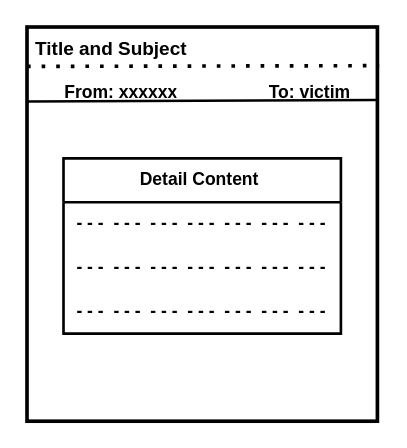
This is EMAIL.drawio from 20104796/pic, a draw.io file, before an edit. Source tidied: cells renumbered, new cells numbered last; positions are measured from the earlier drawing's top-left corner, leaving out a move shared by most shapes. Both pictures are drawn from the tidied source at 146%, with x=0, y=0 at pixel (26, 26).
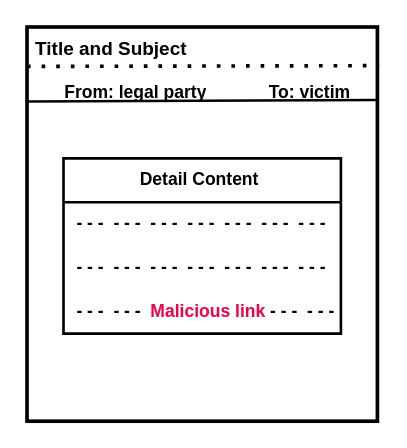
The same page after the edit.

Diff of the diagram source:
```diff
@@
 <mxGraphModel>
   <root>
     <mxCell id="0" />
     <mxCell id="1" parent="0" />
     <mxCell id="2" style="rounded=0;whiteSpace=wrap;html=1;strokeWidth=2.5;" parent="1" vertex="1">
       <mxGeometry width="240" height="270" as="geometry" />
     </mxCell>
     <mxCell id="3" value="&lt;font style=&quot;font-size: 13px;&quot;&gt;&lt;b&gt;Title and Subject&lt;/b&gt;&lt;/font&gt;" style="text;strokeColor=none;fillColor=none;align=left;verticalAlign=middle;spacingLeft=4;spacingRight=4;overflow=hidden;whiteSpace=wrap;html=1;" parent="1" vertex="1">
       <mxGeometry width="150" height="30" as="geometry" />
     </mxCell>
     <mxCell id="4" style="endArrow=none;html=1;rounded=0;exitX=0.997;exitY=0.073;exitDx=0;exitDy=0;exitPerimeter=0;strokeWidth=1.8;" parent="1" edge="1">
       <mxGeometry relative="1" as="geometry">
         <mxPoint x="239" y="50" as="sourcePoint" />
         <mxPoint y="51" as="targetPoint" />
       </mxGeometry>
     </mxCell>
-    <mxCell id="5" value="&lt;b&gt;From: xxxxxx&lt;/b&gt;" style="text;strokeColor=none;fillColor=none;align=left;verticalAlign=middle;spacingLeft=4;spacingRight=4;overflow=hidden;whiteSpace=wrap;html=1;" parent="1" vertex="1">
-      <mxGeometry x="20" y="30" width="100" height="30" as="geometry" />
+    <mxCell id="5" value="&lt;b&gt;From: legal party&lt;/b&gt;" style="text;strokeColor=none;fillColor=none;align=left;verticalAlign=middle;spacingLeft=4;spacingRight=4;overflow=hidden;whiteSpace=wrap;html=1;" parent="1" vertex="1">
+      <mxGeometry x="20" y="30" width="130" height="30" as="geometry" />
     </mxCell>
     <mxCell id="6" value="&lt;b&gt;To: victim&lt;/b&gt;" style="text;strokeColor=none;fillColor=none;align=left;verticalAlign=middle;spacingLeft=4;spacingRight=4;overflow=hidden;whiteSpace=wrap;html=1;" parent="1" vertex="1">
       <mxGeometry x="160" y="30" width="70" height="30" as="geometry" />
     </mxCell>
     <mxCell id="7" value="&lt;b&gt;Detail Content&amp;nbsp;&lt;/b&gt;" style="swimlane;fontStyle=0;horizontal=1;startSize=30;whiteSpace=wrap;html=1;strokeWidth=1.8;" parent="1" vertex="1">
       <mxGeometry x="25" y="90" width="190" height="120" as="geometry" />
     </mxCell>
     <mxCell id="8" value="&lt;b&gt;&amp;nbsp;- - -&amp;nbsp;&amp;nbsp;- - -&amp;nbsp;&amp;nbsp;- - -&amp;nbsp;&amp;nbsp;- - -&amp;nbsp;&amp;nbsp;- - -&amp;nbsp;&amp;nbsp;- - -&amp;nbsp;&amp;nbsp;- - -&amp;nbsp;&lt;/b&gt;" style="text;strokeColor=none;fillColor=none;align=left;verticalAlign=middle;spacingLeft=4;spacingRight=4;overflow=hidden;whiteSpace=wrap;html=1;" parent="7" vertex="1">
       <mxGeometry y="30" width="190" height="30" as="geometry" />
     </mxCell>
     <mxCell id="9" value="&lt;b&gt;&amp;nbsp;- - -&amp;nbsp;&amp;nbsp;- - -&amp;nbsp;&amp;nbsp;- - -&amp;nbsp;&amp;nbsp;- - -&amp;nbsp;&amp;nbsp;- - -&amp;nbsp;&amp;nbsp;- - -&amp;nbsp;&amp;nbsp;- - -&amp;nbsp;&lt;/b&gt;" style="text;strokeColor=none;fillColor=none;align=left;verticalAlign=middle;spacingLeft=4;spacingRight=4;overflow=hidden;whiteSpace=wrap;html=1;" parent="7" vertex="1">
       <mxGeometry y="60" width="190" height="30" as="geometry" />
     </mxCell>
-    <mxCell id="10" value="&lt;b&gt;&amp;nbsp;- - -&amp;nbsp;&amp;nbsp;- - -&amp;nbsp;&amp;nbsp;- - -&amp;nbsp;&amp;nbsp;- - -&amp;nbsp;&amp;nbsp;- - -&amp;nbsp;&amp;nbsp;- - -&amp;nbsp;&amp;nbsp;- - -&amp;nbsp;&lt;/b&gt;" style="text;strokeColor=none;fillColor=none;align=left;verticalAlign=middle;spacingLeft=4;spacingRight=4;overflow=hidden;whiteSpace=wrap;html=1;" parent="7" vertex="1">
+    <mxCell id="10" value="&lt;b&gt;&amp;nbsp;- - -&amp;nbsp;&amp;nbsp;- - -&amp;nbsp; &lt;font color=&quot;#f00048&quot;&gt;Malicious link&lt;/font&gt; - - -&amp;nbsp;&amp;nbsp;- - -&lt;/b&gt;" style="text;strokeColor=none;fillColor=none;align=left;verticalAlign=middle;spacingLeft=4;spacingRight=4;overflow=hidden;whiteSpace=wrap;html=1;" parent="7" vertex="1">
       <mxGeometry y="90" width="190" height="30" as="geometry" />
     </mxCell>
     <mxCell id="11" style="endArrow=none;dashed=1;html=1;dashPattern=1 3;strokeWidth=2.5;rounded=0;entryX=1.005;entryY=0.098;entryDx=0;entryDy=0;entryPerimeter=0;" parent="1" edge="1" target="2">
       <mxGeometry relative="1" as="geometry">
         <mxPoint y="27" as="sourcePoint" />
       </mxGeometry>
     </mxCell>
   </root>
 </mxGraphModel>
```
